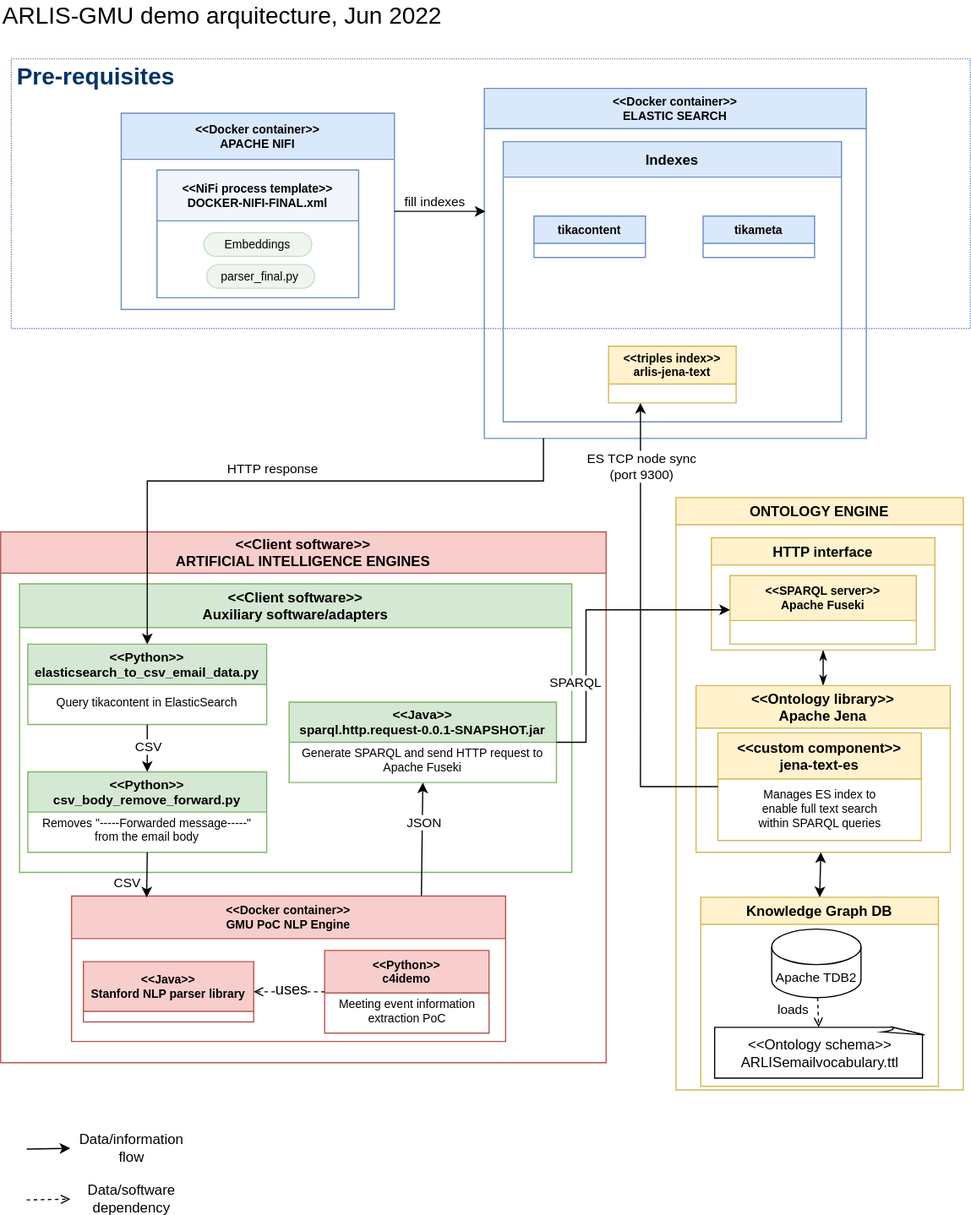
Before: GMU_Demo_Architecture_Block.svg, a diagram exported from draw.io (amirmghaemi/tika-document-ingest). Source tidied: cells renumbered, new cells last; positions are measured from the earlier drawing's top-left corner, leaving out a move shared by most shapes.
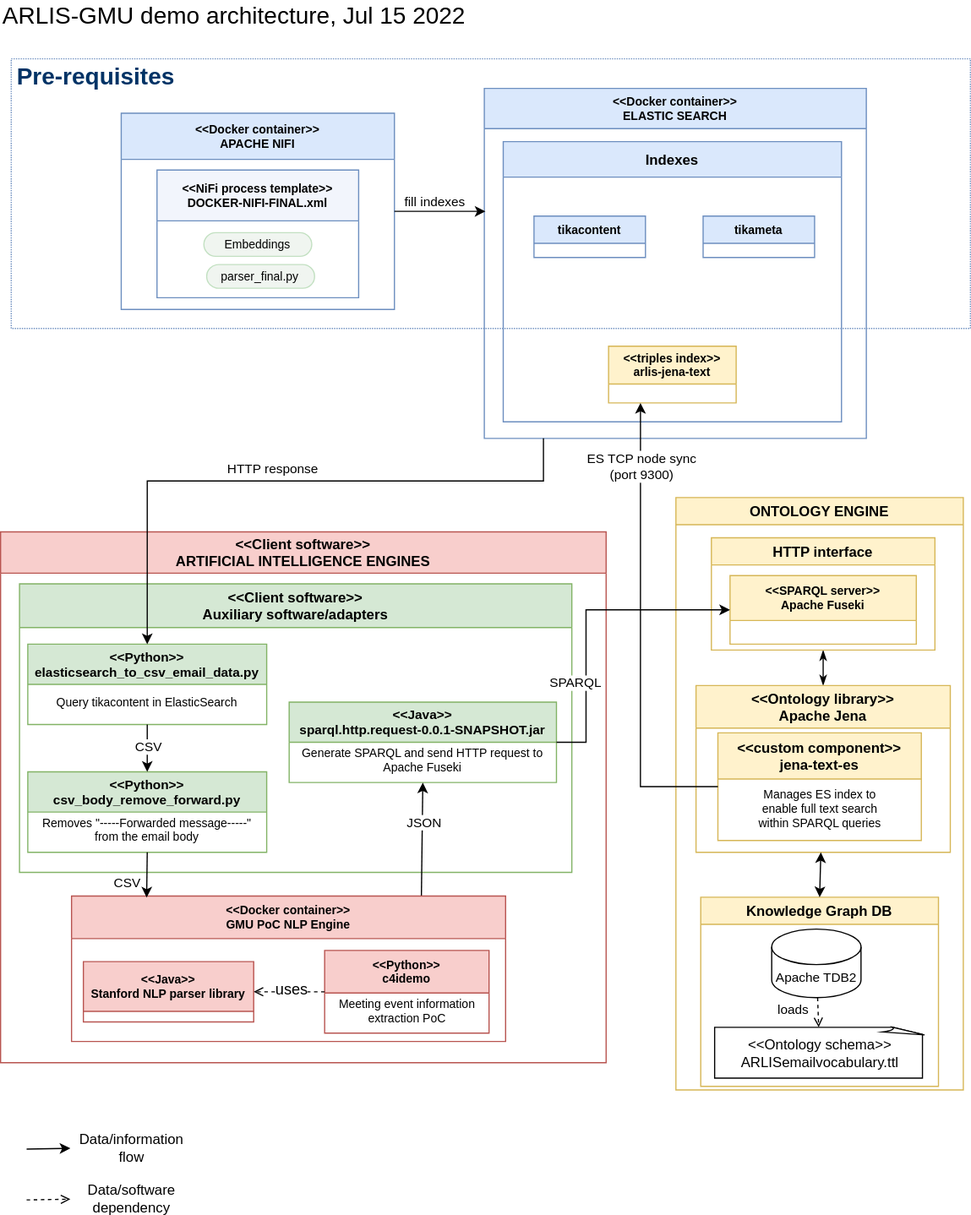
The same diagram one commit later.

The edit, as a diff of the source:
```diff
@@ -140,7 +140,7 @@
         <mxPoint x="1" y="-9" as="offset" />
       </mxGeometry>
     </mxCell>
-    <mxCell id="46" value="ARLIS-GMU demo arquitecture, Jun 2022&amp;nbsp;" style="text;strokeColor=none;fillColor=none;html=1;fontSize=20;fontStyle=0;verticalAlign=middle;align=left;" parent="1" vertex="1">
+    <mxCell id="46" value="ARLIS-GMU demo architecture, Jul 15 2022&amp;nbsp;" style="text;strokeColor=none;fillColor=none;html=1;fontSize=20;fontStyle=0;verticalAlign=middle;align=left;" parent="1" vertex="1">
       <mxGeometry width="377" height="22" as="geometry" />
     </mxCell>
     <mxCell id="47" style="rounded=0;jettySize=auto;html=1;fontSize=11;fontColor=#003366;startArrow=classic;startFill=1;endArrow=none;endFill=0;exitX=0.5;exitY=0;exitDx=0;exitDy=0;edgeStyle=orthogonalEdgeStyle;" parent="1" edge="1" source="26">
```
